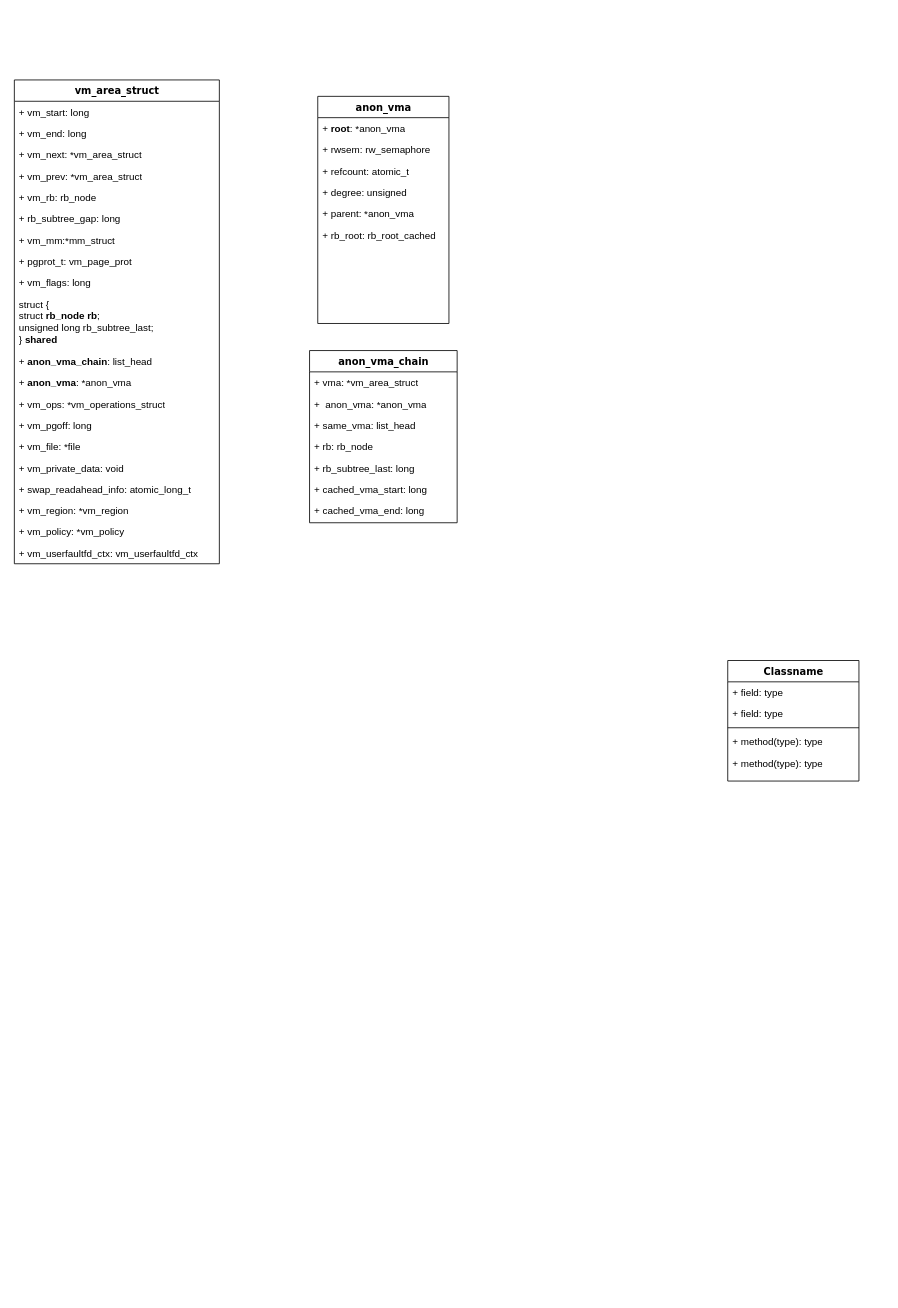
The draw.io diagram 调试/rmap.drawio in 0x88888888/Linux-4.19, before the edit. Source tidied: cells renumbered, new cells numbered last; positions are measured from the earlier drawing's top-left corner, leaving out a move shared by most shapes. Both pictures are drawn from the tidied source at 82%, with x=0, y=0 at pixel (14, 80).
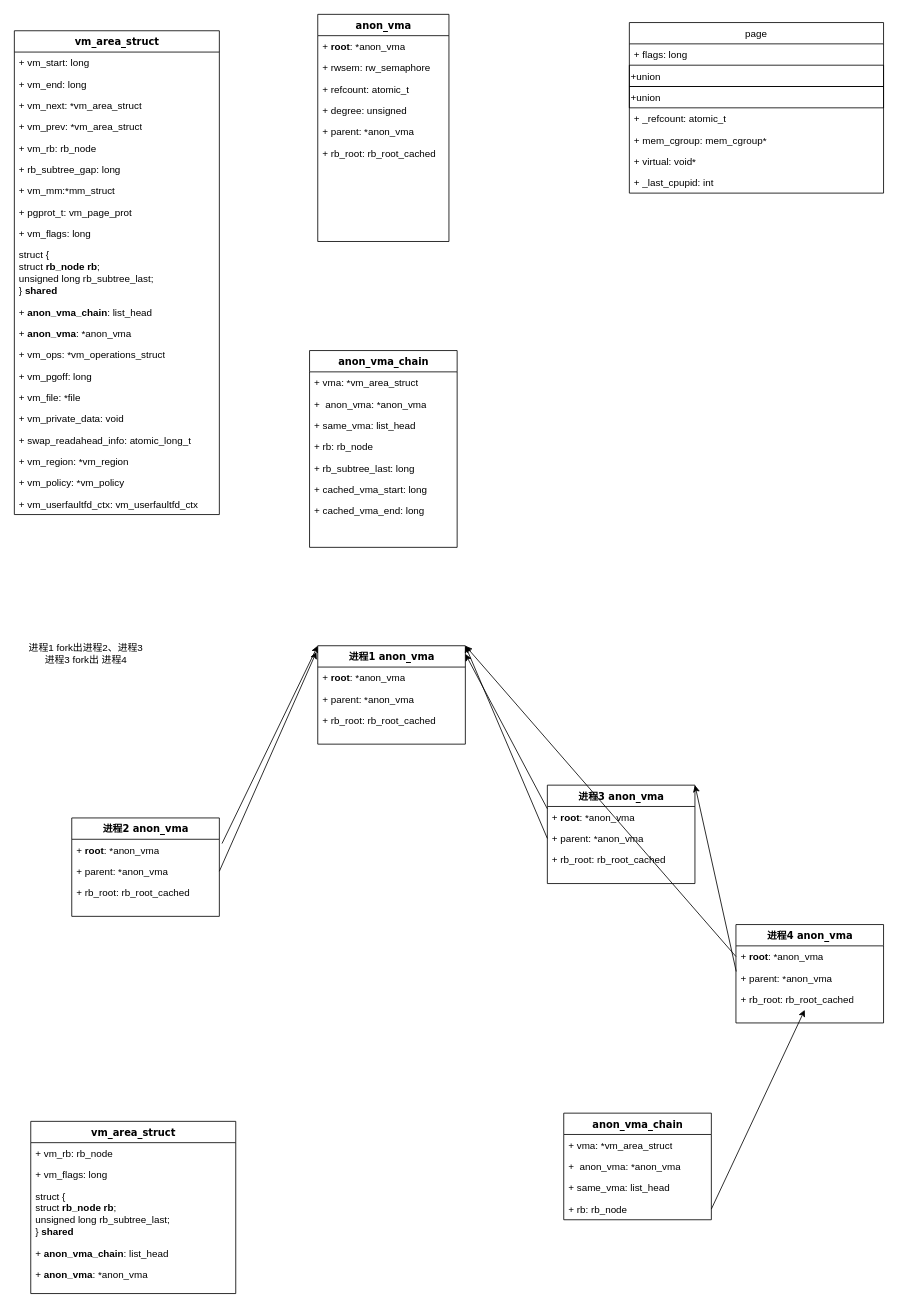
The same diagram, later.

Diff of the diagram source:
```diff
@@
     <mxCell id="2" value="vm_area_struct" style="swimlane;html=1;fontStyle=1;align=center;verticalAlign=top;horizontal=1;startSize=26;swimlaneFillColor=#ffffff;rounded=0;shadow=0;comic=0;labelBackgroundColor=none;strokeWidth=1;fillColor=none;fontFamily=Verdana;fontSize=12;" parent="1" vertex="1">
-      <mxGeometry width="250" height="590" as="geometry" />
+      <mxGeometry y="-60" width="250" height="590" as="geometry" />
     </mxCell>
@@
     <mxCell id="23" value="anon_vma_chain" style="swimlane;html=1;fontStyle=1;align=center;verticalAlign=top;horizontal=1;startSize=26;swimlaneFillColor=#ffffff;rounded=0;shadow=0;comic=0;labelBackgroundColor=none;strokeWidth=1;fillColor=none;fontFamily=Verdana;fontSize=12;" parent="1" vertex="1">
-      <mxGeometry x="360" y="330" width="180" height="210" as="geometry" />
+      <mxGeometry x="360" y="330" width="180" height="240" as="geometry" />
     </mxCell>
@@
-    <mxCell id="31" value="Classname" style="swimlane;html=1;fontStyle=1;align=center;verticalAlign=top;horizontal=1;startSize=26;swimlaneFillColor=#ffffff;rounded=0;shadow=0;comic=0;labelBackgroundColor=none;strokeWidth=1;fillColor=none;fontFamily=Verdana;fontSize=12;" parent="1" vertex="1">
-      <mxGeometry x="870" y="708" width="160" height="147" as="geometry" />
-    </mxCell>
-    <mxCell id="32" value="+ field: type" style="text;html=1;strokeColor=none;fillColor=none;align=left;verticalAlign=top;spacingLeft=4;spacingRight=4;whiteSpace=wrap;overflow=hidden;" parent="31" vertex="1">
-      <mxGeometry y="26" width="160" height="26" as="geometry" />
-    </mxCell>
-    <mxCell id="33" value="+ field: type" style="text;html=1;strokeColor=none;fillColor=none;align=left;verticalAlign=top;spacingLeft=4;spacingRight=4;whiteSpace=wrap;overflow=hidden;" parent="31" vertex="1">
-      <mxGeometry y="52" width="160" height="26" as="geometry" />
-    </mxCell>
-    <mxCell id="34" style="line;html=1;strokeWidth=1;fillColor=none;align=left;verticalAlign=middle;spacingTop=-1;spacingLeft=3;spacingRight=3;labelPosition=right;" parent="31" vertex="1">
-      <mxGeometry y="78" width="160" height="8" as="geometry" />
-    </mxCell>
-    <mxCell id="35" value="+ method(type): type" style="text;html=1;strokeColor=none;fillColor=none;align=left;verticalAlign=top;spacingLeft=4;spacingRight=4;whiteSpace=wrap;overflow=hidden;" parent="31" vertex="1">
-      <mxGeometry y="86" width="160" height="26" as="geometry" />
-    </mxCell>
-    <mxCell id="36" value="+ method(type): type" style="text;html=1;strokeColor=none;fillColor=none;align=left;verticalAlign=top;spacingLeft=4;spacingRight=4;whiteSpace=wrap;overflow=hidden;" parent="31" vertex="1">
-      <mxGeometry y="112" width="160" height="26" as="geometry" />
-    </mxCell>
     <mxCell id="37" value="anon_vma" style="swimlane;html=1;fontStyle=1;align=center;verticalAlign=top;horizontal=1;startSize=26;swimlaneFillColor=#ffffff;rounded=0;shadow=0;comic=0;labelBackgroundColor=none;strokeWidth=1;fillColor=none;fontFamily=Verdana;fontSize=12;" parent="1" vertex="1">
-      <mxGeometry x="370" y="20" width="160" height="277" as="geometry" />
+      <mxGeometry x="370" y="-80" width="160" height="277" as="geometry" />
     </mxCell>
@@
+    <mxCell id="44" value="进程1 anon_vma" style="swimlane;html=1;fontStyle=1;align=center;verticalAlign=top;horizontal=1;startSize=26;swimlaneFillColor=#ffffff;rounded=0;shadow=0;comic=0;labelBackgroundColor=none;strokeWidth=1;fillColor=none;fontFamily=Verdana;fontSize=12;" parent="1" vertex="1">
+      <mxGeometry x="370" y="690" width="180" height="120" as="geometry" />
+    </mxCell>
+    <mxCell id="45" value="+ &lt;b&gt;root&lt;/b&gt;: *anon_vma" style="text;html=1;strokeColor=none;fillColor=none;align=left;verticalAlign=top;spacingLeft=4;spacingRight=4;whiteSpace=wrap;overflow=hidden;" parent="44" vertex="1">
+      <mxGeometry y="26" width="180" height="26" as="geometry" />
+    </mxCell>
+    <mxCell id="46" value="+ parent: *anon_vma" style="text;html=1;strokeColor=none;fillColor=none;align=left;verticalAlign=top;spacingLeft=4;spacingRight=4;whiteSpace=wrap;overflow=hidden;" parent="44" vertex="1">
+      <mxGeometry y="52" width="180" height="26" as="geometry" />
+    </mxCell>
+    <mxCell id="47" value="+ rb_root:&amp;nbsp;rb_root_cached" style="text;html=1;strokeColor=none;fillColor=none;align=left;verticalAlign=top;spacingLeft=4;spacingRight=4;whiteSpace=wrap;overflow=hidden;" parent="44" vertex="1">
+      <mxGeometry y="78" width="180" height="26" as="geometry" />
+    </mxCell>
+    <mxCell id="48" value="anon_vma_chain" style="swimlane;html=1;fontStyle=1;align=center;verticalAlign=top;horizontal=1;startSize=26;swimlaneFillColor=#ffffff;rounded=0;shadow=0;comic=0;labelBackgroundColor=none;strokeWidth=1;fillColor=none;fontFamily=Verdana;fontSize=12;" parent="1" vertex="1">
+      <mxGeometry x="670" y="1260" width="180" height="130" as="geometry" />
+    </mxCell>
+    <mxCell id="49" value="+ vma: *vm_area_struct" style="text;html=1;strokeColor=none;fillColor=none;align=left;verticalAlign=top;spacingLeft=4;spacingRight=4;whiteSpace=wrap;overflow=hidden;" parent="48" vertex="1">
+      <mxGeometry y="26" width="180" height="26" as="geometry" />
+    </mxCell>
+    <mxCell id="50" value="+&amp;nbsp; anon_vma: *anon_vma" style="text;html=1;strokeColor=none;fillColor=none;align=left;verticalAlign=top;spacingLeft=4;spacingRight=4;whiteSpace=wrap;overflow=hidden;" parent="48" vertex="1">
+      <mxGeometry y="52" width="180" height="26" as="geometry" />
+    </mxCell>
+    <mxCell id="51" value="+ same_vma: list_head" style="text;html=1;strokeColor=none;fillColor=none;align=left;verticalAlign=top;spacingLeft=4;spacingRight=4;whiteSpace=wrap;overflow=hidden;" parent="48" vertex="1">
+      <mxGeometry y="78" width="180" height="26" as="geometry" />
+    </mxCell>
+    <mxCell id="52" value="+ rb:&amp;nbsp;rb_node" style="text;html=1;strokeColor=none;fillColor=none;align=left;verticalAlign=top;spacingLeft=4;spacingRight=4;whiteSpace=wrap;overflow=hidden;points=[[0,0.5],[1,0.5]];portConstraint=eastwest;" parent="48" vertex="1">
+      <mxGeometry y="104" width="180" height="26" as="geometry" />
+    </mxCell>
+    <mxCell id="53" value="vm_area_struct" style="swimlane;html=1;fontStyle=1;align=center;verticalAlign=top;horizontal=1;startSize=26;swimlaneFillColor=#ffffff;rounded=0;shadow=0;comic=0;labelBackgroundColor=none;strokeWidth=1;fillColor=none;fontFamily=Verdana;fontSize=12;" parent="1" vertex="1">
+      <mxGeometry x="20" y="1270" width="250" height="210" as="geometry" />
+    </mxCell>
+    <mxCell id="54" value="+ vm_rb:&amp;nbsp;rb_node&amp;nbsp;" style="text;html=1;strokeColor=none;fillColor=none;align=left;verticalAlign=top;spacingLeft=4;spacingRight=4;whiteSpace=wrap;overflow=hidden;" parent="53" vertex="1">
+      <mxGeometry y="26" width="250" height="26" as="geometry" />
+    </mxCell>
+    <mxCell id="55" value="+ vm_flags: long" style="text;html=1;strokeColor=none;fillColor=none;align=left;verticalAlign=top;spacingLeft=4;spacingRight=4;whiteSpace=wrap;overflow=hidden;" parent="53" vertex="1">
+      <mxGeometry y="52" width="250" height="26" as="geometry" />
+    </mxCell>
+    <mxCell id="56" value="struct {&lt;div&gt;&lt;span&gt;&#9;&#9;&lt;/span&gt;struct &lt;b&gt;rb_node rb&lt;/b&gt;;&lt;/div&gt;&lt;div&gt;&lt;span&gt;&#9;&#9;&lt;/span&gt;unsigned long rb_subtree_last;&lt;/div&gt;&#9;} &lt;b&gt;shared&lt;/b&gt;&lt;b&gt;&amp;nbsp;&lt;/b&gt;" style="text;html=1;strokeColor=none;fillColor=none;align=left;verticalAlign=top;spacingLeft=4;spacingRight=4;whiteSpace=wrap;overflow=hidden;" parent="53" vertex="1">
+      <mxGeometry y="78" width="250" height="70" as="geometry" />
+    </mxCell>
+    <mxCell id="57" value="+ &lt;b&gt;anon_vma_chain&lt;/b&gt;: list_head&amp;nbsp;" style="text;html=1;strokeColor=none;fillColor=none;align=left;verticalAlign=top;spacingLeft=4;spacingRight=4;whiteSpace=wrap;overflow=hidden;" parent="53" vertex="1">
+      <mxGeometry y="148" width="250" height="26" as="geometry" />
+    </mxCell>
+    <mxCell id="58" value="+ &lt;b&gt;anon_vma&lt;/b&gt;: *anon_vma&amp;nbsp;" style="text;html=1;strokeColor=none;fillColor=none;align=left;verticalAlign=top;spacingLeft=4;spacingRight=4;whiteSpace=wrap;overflow=hidden;" parent="53" vertex="1">
+      <mxGeometry y="174" width="250" height="26" as="geometry" />
+    </mxCell>
+    <mxCell id="59" value="进程2 anon_vma" style="swimlane;html=1;fontStyle=1;align=center;verticalAlign=top;horizontal=1;startSize=26;swimlaneFillColor=#ffffff;rounded=0;shadow=0;comic=0;labelBackgroundColor=none;strokeWidth=1;fillColor=none;fontFamily=Verdana;fontSize=12;" parent="1" vertex="1">
+      <mxGeometry x="70" y="900" width="180" height="120" as="geometry" />
+    </mxCell>
+    <mxCell id="60" value="+ &lt;b&gt;root&lt;/b&gt;: *anon_vma" style="text;html=1;strokeColor=none;fillColor=none;align=left;verticalAlign=top;spacingLeft=4;spacingRight=4;whiteSpace=wrap;overflow=hidden;points=[[0,0.5],[1,0.5]];portConstraint=eastwest;" parent="59" vertex="1">
+      <mxGeometry y="26" width="180" height="26" as="geometry" />
+    </mxCell>
+    <mxCell id="61" value="+ parent: *anon_vma" style="text;html=1;strokeColor=none;fillColor=none;align=left;verticalAlign=top;spacingLeft=4;spacingRight=4;whiteSpace=wrap;overflow=hidden;points=[[0,0.5],[1,0.5]];portConstraint=eastwest;" parent="59" vertex="1">
+      <mxGeometry y="52" width="180" height="26" as="geometry" />
+    </mxCell>
+    <mxCell id="62" value="+ rb_root:&amp;nbsp;rb_root_cached" style="text;html=1;strokeColor=none;fillColor=none;align=left;verticalAlign=top;spacingLeft=4;spacingRight=4;whiteSpace=wrap;overflow=hidden;" parent="59" vertex="1">
+      <mxGeometry y="78" width="180" height="26" as="geometry" />
+    </mxCell>
+    <mxCell id="63" value="进程3 anon_vma" style="swimlane;html=1;fontStyle=1;align=center;verticalAlign=top;horizontal=1;startSize=26;swimlaneFillColor=#ffffff;rounded=0;shadow=0;comic=0;labelBackgroundColor=none;strokeWidth=1;fillColor=none;fontFamily=Verdana;fontSize=12;" parent="1" vertex="1">
+      <mxGeometry x="650" y="860" width="180" height="120" as="geometry" />
+    </mxCell>
+    <mxCell id="64" value="+ &lt;b&gt;root&lt;/b&gt;: *anon_vma" style="text;html=1;strokeColor=none;fillColor=none;align=left;verticalAlign=top;spacingLeft=4;spacingRight=4;whiteSpace=wrap;overflow=hidden;points=[[0,0.5],[1,0.5]];portConstraint=eastwest;" parent="63" vertex="1">
+      <mxGeometry y="26" width="180" height="26" as="geometry" />
+    </mxCell>
+    <mxCell id="65" value="+ parent: *anon_vma" style="text;html=1;strokeColor=none;fillColor=none;align=left;verticalAlign=top;spacingLeft=4;spacingRight=4;whiteSpace=wrap;overflow=hidden;points=[[0,0.5],[1,0.5]];portConstraint=eastwest;" parent="63" vertex="1">
+      <mxGeometry y="52" width="180" height="26" as="geometry" />
+    </mxCell>
+    <mxCell id="66" value="+ rb_root:&amp;nbsp;rb_root_cached" style="text;html=1;strokeColor=none;fillColor=none;align=left;verticalAlign=top;spacingLeft=4;spacingRight=4;whiteSpace=wrap;overflow=hidden;" parent="63" vertex="1">
+      <mxGeometry y="78" width="180" height="26" as="geometry" />
+    </mxCell>
+    <mxCell id="67" style="endArrow=classic;html=1;entryX=-0.009;entryY=0.063;entryDx=0;entryDy=0;entryPerimeter=0;exitX=1;exitY=0.5;exitDx=0;exitDy=0;" parent="1" edge="1" source="61" target="44">
+      <mxGeometry relative="1" as="geometry" />
+    </mxCell>
+    <mxCell id="68" style="endArrow=classic;html=1;entryX=1;entryY=0;entryDx=0;entryDy=0;exitX=0;exitY=0.5;exitDx=0;exitDy=0;" parent="1" edge="1" source="65" target="44">
+      <mxGeometry relative="1" as="geometry" />
+    </mxCell>
+    <mxCell id="69" value="进程4 anon_vma" style="swimlane;html=1;fontStyle=1;align=center;verticalAlign=top;horizontal=1;startSize=26;swimlaneFillColor=#ffffff;rounded=0;shadow=0;comic=0;labelBackgroundColor=none;strokeWidth=1;fillColor=none;fontFamily=Verdana;fontSize=12;" parent="1" vertex="1">
+      <mxGeometry x="880" y="1030" width="180" height="120" as="geometry" />
+    </mxCell>
+    <mxCell id="70" value="+ &lt;b&gt;root&lt;/b&gt;: *anon_vma" style="text;html=1;strokeColor=none;fillColor=none;align=left;verticalAlign=top;spacingLeft=4;spacingRight=4;whiteSpace=wrap;overflow=hidden;points=[[0,0.5],[1,0.5]];portConstraint=eastwest;" parent="69" vertex="1">
+      <mxGeometry y="26" width="180" height="26" as="geometry" />
+    </mxCell>
+    <mxCell id="71" value="+ parent: *anon_vma" style="text;html=1;strokeColor=none;fillColor=none;align=left;verticalAlign=top;spacingLeft=4;spacingRight=4;whiteSpace=wrap;overflow=hidden;points=[[0,0.5],[1,0.5]];portConstraint=eastwest;" parent="69" vertex="1">
+      <mxGeometry y="52" width="180" height="26" as="geometry" />
+    </mxCell>
+    <mxCell id="72" value="+ rb_root:&amp;nbsp;rb_root_cached" style="text;html=1;strokeColor=none;fillColor=none;align=left;verticalAlign=top;spacingLeft=4;spacingRight=4;whiteSpace=wrap;overflow=hidden;points=[[0,0.5],[1,0.5]];portConstraint=eastwest;" parent="69" vertex="1">
+      <mxGeometry y="78" width="180" height="26" as="geometry" />
+    </mxCell>
+    <mxCell id="73" style="endArrow=classic;html=1;exitX=0.002;exitY=0.2;exitDx=0;exitDy=0;exitPerimeter=0;" parent="1" edge="1" source="71">
+      <mxGeometry relative="1" as="geometry">
+        <mxPoint x="830" y="860" as="targetPoint" />
+      </mxGeometry>
+    </mxCell>
+    <mxCell id="74" value="进程1 fork出进程2、进程3&lt;br&gt;进程3 fork出 进程4" style="text;html=1;strokeColor=none;fillColor=none;align=center;verticalAlign=middle;whiteSpace=wrap;rounded=0;" parent="1" vertex="1">
+      <mxGeometry x="10" y="670" width="155" height="60" as="geometry" />
+    </mxCell>
+    <mxCell id="75" style="endArrow=classic;html=1;exitX=1.018;exitY=0.2;exitDx=0;exitDy=0;exitPerimeter=0;entryX=0;entryY=0;entryDx=0;entryDy=0;" parent="1" edge="1" source="60" target="44">
+      <mxGeometry relative="1" as="geometry" />
+    </mxCell>
+    <mxCell id="76" style="endArrow=classic;html=1;exitX=0;exitY=0.108;exitDx=0;exitDy=0;exitPerimeter=0;" parent="1" edge="1" source="64">
+      <mxGeometry relative="1" as="geometry">
+        <mxPoint x="550" y="700" as="targetPoint" />
+      </mxGeometry>
+    </mxCell>
+    <mxCell id="77" style="endArrow=classic;html=1;entryX=1;entryY=0;entryDx=0;entryDy=0;exitX=0;exitY=0.5;exitDx=0;exitDy=0;" parent="1" edge="1" source="70" target="44">
+      <mxGeometry relative="1" as="geometry" />
+    </mxCell>
+    <mxCell id="78" style="endArrow=classic;html=1;exitX=1;exitY=0.5;exitDx=0;exitDy=0;" parent="1" edge="1" source="52" target="72">
+      <mxGeometry relative="1" as="geometry" />
+    </mxCell>
+    <mxCell id="79" value="page" style="swimlane;fontStyle=0;horizontal=1;startSize=26;fillColor=none;" parent="1" vertex="1">
+      <mxGeometry x="750" y="-70" width="310" height="208" as="geometry" />
+    </mxCell>
+    <mxCell id="80" value="+ flags: long" style="text;strokeColor=none;fillColor=none;align=left;verticalAlign=top;spacingLeft=4;spacingRight=4;overflow=hidden;" parent="79" vertex="1">
+      <mxGeometry y="26" width="310" height="26" as="geometry" />
+    </mxCell>
+    <mxCell id="81" value="+union" style="swimlane;fontStyle=0;horizontal=1;startSize=26;fillColor=none;align=left;" parent="79" vertex="1" collapsed="1">
+      <mxGeometry y="52" width="310" height="26" as="geometry" />
+    </mxCell>
+    <mxCell id="82" value="+union" style="swimlane;fontStyle=0;horizontal=1;startSize=26;fillColor=none;align=left;" parent="79" vertex="1" collapsed="1">
+      <mxGeometry y="78" width="310" height="26" as="geometry" />
+    </mxCell>
+    <mxCell id="83" value="+ _refcount: atomic_t" style="text;strokeColor=none;fillColor=none;align=left;verticalAlign=top;spacingLeft=4;spacingRight=4;overflow=hidden;" parent="79" vertex="1">
+      <mxGeometry y="104" width="310" height="26" as="geometry" />
+    </mxCell>
+    <mxCell id="84" value="+ mem_cgroup: mem_cgroup*" style="text;strokeColor=none;fillColor=none;align=left;verticalAlign=top;spacingLeft=4;spacingRight=4;overflow=hidden;" parent="79" vertex="1">
+      <mxGeometry y="130" width="310" height="26" as="geometry" />
+    </mxCell>
+    <mxCell id="85" value="+ virtual: void*" style="text;strokeColor=none;fillColor=none;align=left;verticalAlign=top;spacingLeft=4;spacingRight=4;overflow=hidden;" parent="79" vertex="1">
+      <mxGeometry y="156" width="310" height="26" as="geometry" />
+    </mxCell>
+    <mxCell id="86" value="+ _last_cpupid: int" style="text;strokeColor=none;fillColor=none;align=left;verticalAlign=top;spacingLeft=4;spacingRight=4;overflow=hidden;" parent="79" vertex="1">
+      <mxGeometry y="182" width="310" height="26" as="geometry" />
+    </mxCell>
```
